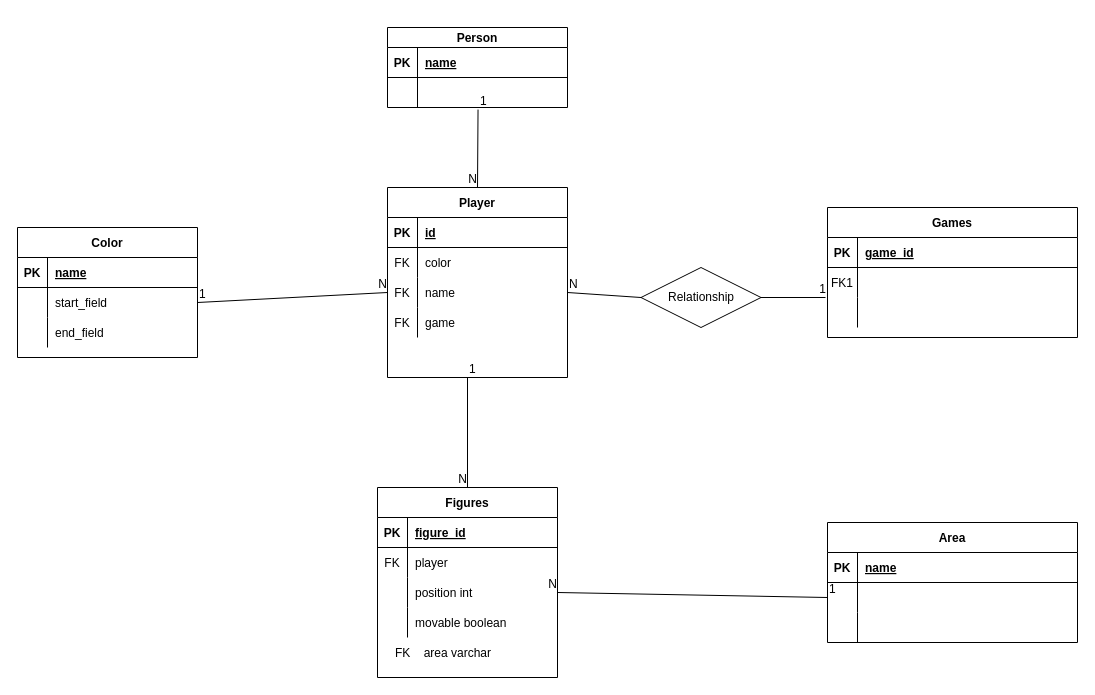
The draw.io diagram ERM.drawio in Derpzz/SPE-MAD, before the edit. Source tidied: cells renumbered, new cells numbered last; positions are measured from the earlier drawing's top-left corner, leaving out a move shared by most shapes. Both pictures are drawn from the tidied source at 100%, with x=0, y=0 at pixel (17, 27).
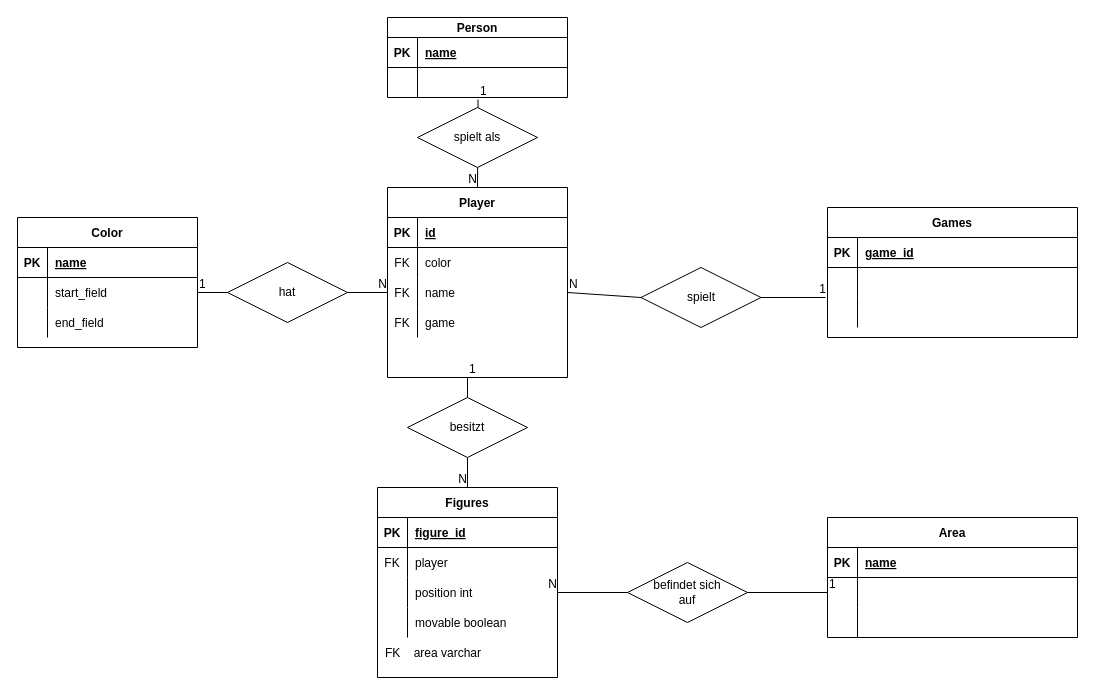
The same diagram, later.

Unchanged cells that the change refers to:
```xml
<mxCell id="6" style="shape=partialRectangle;fillColor=none;top=0;left=0;right=0;bottom=0;" parent="2" vertex="1">
  <mxGeometry y="60" width="250" height="30" as="geometry" />
</mxCell>
<mxCell id="16" style="shape=partialRectangle;fillColor=none;points=[[0,0.5],[1,0.5]];portConstraint=eastwest;top=0;left=0;right=0;bottom=0;" parent="12" vertex="1">
  <mxGeometry y="60" width="250" height="30" as="geometry" />
</mxCell>
<mxCell id="29" style="shape=tableRow;horizontal=0;startSize=0;swimlaneHead=0;swimlaneBody=0;fillColor=none;points=[[0,0.5],[1,0.5]];portConstraint=eastwest;top=0;left=0;right=0;bottom=0;" parent="22" vertex="1">
  <mxGeometry y="90" width="180" height="30" as="geometry" />
</mxCell>
<mxCell id="39" style="shape=tableRow;horizontal=0;startSize=0;swimlaneHead=0;swimlaneBody=0;fillColor=none;points=[[0,0.5],[1,0.5]];portConstraint=eastwest;top=0;left=0;right=0;bottom=0;" parent="35" vertex="1">
  <mxGeometry y="60" width="180" height="30" as="geometry" />
</mxCell>
<mxCell id="46" value="Figures" style="shape=table;startSize=30;childLayout=tableLayout;rowLines=0;fontStyle=1;align=center;" parent="1" vertex="1">
  <mxGeometry x="360" y="460" width="180" height="190" as="geometry" />
</mxCell>
<mxCell id="53" style="shape=tableRow;horizontal=0;startSize=0;swimlaneHead=0;swimlaneBody=0;fillColor=none;points=[[0,0.5],[1,0.5]];portConstraint=eastwest;top=0;left=0;right=0;bottom=0;" parent="46" vertex="1">
  <mxGeometry y="90" width="180" height="30" as="geometry" />
</mxCell>
```

Diff of the diagram source:
```diff
@@
-    <mxCell id="7" value="FK1" style="shape=partialRectangle;overflow=hidden;fillColor=none;top=0;left=0;bottom=0;right=0;" parent="6" vertex="1">
+    <mxCell id="7" style="shape=partialRectangle;overflow=hidden;fillColor=none;top=0;left=0;bottom=0;right=0;" parent="6" vertex="1">
       <mxGeometry width="30" height="30" as="geometry" />
     </mxCell>
@@
     <mxCell id="12" value="Area" style="shape=table;startSize=30;childLayout=tableLayout;rowLines=0;fontStyle=1;align=center;" parent="1" vertex="1">
-      <mxGeometry x="810" y="495" width="250" height="120" as="geometry" />
+      <mxGeometry x="810" y="490" width="250" height="120" as="geometry" />
     </mxCell>
@@
     <mxCell id="35" value="Color" style="shape=table;startSize=30;childLayout=tableLayout;rowLines=0;fontStyle=1;align=center;" parent="1" vertex="1">
-      <mxGeometry y="200" width="180" height="130" as="geometry" />
+      <mxGeometry y="190" width="180" height="130" as="geometry" />
     </mxCell>
@@
     <mxCell id="45" value="FK    area varchar" style="shape=partialRectangle;fillColor=none;top=0;left=0;bottom=0;right=0;align=left;spacingLeft=6;overflow=hidden;" parent="1" vertex="1">
-      <mxGeometry x="370" y="610" width="170" height="30" as="geometry" />
+      <mxGeometry x="360" y="610" width="170" height="30" as="geometry" />
     </mxCell>
@@
     <mxCell id="61" value="Person" style="shape=table;startSize=20;childLayout=tableLayout;rowLines=0;fontStyle=1;align=center;" parent="1" vertex="1">
-      <mxGeometry x="370" width="180" height="80" as="geometry" />
+      <mxGeometry x="370" y="-10" width="180" height="80" as="geometry" />
     </mxCell>
@@
-    <mxCell id="68" style="endArrow=none;html=1;rounded=0;exitX=1;exitY=0.5;exitDx=0;exitDy=0;entryX=0;entryY=0.5;entryDx=0;entryDy=0;" parent="1" edge="1" source="39" target="29">
+    <mxCell id="68" style="endArrow=none;html=1;rounded=0;exitX=1;exitY=0.5;exitDx=0;exitDy=0;entryX=0;entryY=0.5;entryDx=0;entryDy=0;startArrow=none;" parent="1" edge="1" source="90" target="29">
       <mxGeometry relative="1" as="geometry" />
     </mxCell>
-    <mxCell id="69" value="1" style="html=1;align=left;verticalAlign=bottom;" parent="68" vertex="1">
-      <mxGeometry x="-1" relative="1" as="geometry" />
-    </mxCell>
@@
-    <mxCell id="71" style="endArrow=none;html=1;rounded=0;entryX=0.5;entryY=0;entryDx=0;entryDy=0;" parent="1" edge="1" target="46">
-      <mxGeometry relative="1" as="geometry">
-        <mxPoint x="450" y="350" as="sourcePoint" />
-      </mxGeometry>
+    <mxCell id="71" style="endArrow=none;html=1;rounded=0;entryX=0.5;entryY=0;entryDx=0;entryDy=0;startArrow=none;" parent="1" edge="1" source="84" target="46">
+      <mxGeometry relative="1" as="geometry" />
     </mxCell>
-    <mxCell id="72" value="1" style="html=1;align=left;verticalAlign=bottom;" parent="71" vertex="1">
-      <mxGeometry x="-1" relative="1" as="geometry" />
-    </mxCell>
@@
-    <mxCell id="74" style="endArrow=none;html=1;rounded=0;entryX=1;entryY=0.5;entryDx=0;entryDy=0;exitX=0;exitY=0.5;exitDx=0;exitDy=0;" parent="1" edge="1" source="16" target="53">
+    <mxCell id="74" style="endArrow=none;html=1;rounded=0;entryX=1;entryY=0.5;entryDx=0;entryDy=0;exitX=0;exitY=0.5;exitDx=0;exitDy=0;startArrow=none;" parent="1" edge="1" source="87" target="53">
       <mxGeometry relative="1" as="geometry" />
     </mxCell>
-    <mxCell id="75" value="1" style="html=1;align=left;verticalAlign=bottom;" parent="74" vertex="1">
-      <mxGeometry x="-1" relative="1" as="geometry" />
-    </mxCell>
@@
-    <mxCell id="77" value="Relationship" style="shape=rhombus;perimeter=rhombusPerimeter;whiteSpace=wrap;html=1;align=center;" parent="1" vertex="1">
+    <mxCell id="77" value="spielt" style="shape=rhombus;perimeter=rhombusPerimeter;whiteSpace=wrap;html=1;align=center;" parent="1" vertex="1">
       <mxGeometry x="623.5" y="240" width="120" height="60" as="geometry" />
     </mxCell>
@@
+    <mxCell id="83" value="spielt als" style="shape=rhombus;perimeter=rhombusPerimeter;whiteSpace=wrap;html=1;align=center;" parent="1" vertex="1">
+      <mxGeometry x="400" y="80" width="120" height="60" as="geometry" />
+    </mxCell>
+    <mxCell id="84" value="besitzt" style="shape=rhombus;perimeter=rhombusPerimeter;whiteSpace=wrap;html=1;align=center;" parent="1" vertex="1">
+      <mxGeometry x="390" y="370" width="120" height="60" as="geometry" />
+    </mxCell>
+    <mxCell id="85" style="endArrow=none;html=1;rounded=0;entryX=0.5;entryY=0;entryDx=0;entryDy=0;" parent="1" edge="1" target="84">
+      <mxGeometry relative="1" as="geometry">
+        <mxPoint x="450" y="350" as="sourcePoint" />
+      </mxGeometry>
+    </mxCell>
+    <mxCell id="86" value="1" style="html=1;align=left;verticalAlign=bottom;" parent="85" vertex="1">
+      <mxGeometry x="-1" relative="1" as="geometry" />
+    </mxCell>
+    <mxCell id="87" value="befindet sich&lt;br&gt;auf" style="shape=rhombus;perimeter=rhombusPerimeter;whiteSpace=wrap;html=1;align=center;" parent="1" vertex="1">
+      <mxGeometry x="610" y="535" width="120" height="60" as="geometry" />
+    </mxCell>
+    <mxCell id="88" style="endArrow=none;html=1;rounded=0;entryX=1;entryY=0.5;entryDx=0;entryDy=0;exitX=0;exitY=0.5;exitDx=0;exitDy=0;" parent="1" edge="1" source="16" target="87">
+      <mxGeometry relative="1" as="geometry" />
+    </mxCell>
+    <mxCell id="89" value="1" style="html=1;align=left;verticalAlign=bottom;" parent="88" vertex="1">
+      <mxGeometry x="-1" relative="1" as="geometry" />
+    </mxCell>
+    <mxCell id="90" value="hat" style="shape=rhombus;perimeter=rhombusPerimeter;whiteSpace=wrap;html=1;align=center;" parent="1" vertex="1">
+      <mxGeometry x="210" y="235" width="120" height="60" as="geometry" />
+    </mxCell>
+    <mxCell id="91" style="endArrow=none;html=1;rounded=0;exitX=1;exitY=0.5;exitDx=0;exitDy=0;entryX=0;entryY=0.5;entryDx=0;entryDy=0;" parent="1" edge="1" source="39" target="90">
+      <mxGeometry relative="1" as="geometry" />
+    </mxCell>
+    <mxCell id="92" value="1" style="html=1;align=left;verticalAlign=bottom;" parent="91" vertex="1">
+      <mxGeometry x="-1" relative="1" as="geometry" />
+    </mxCell>
```
